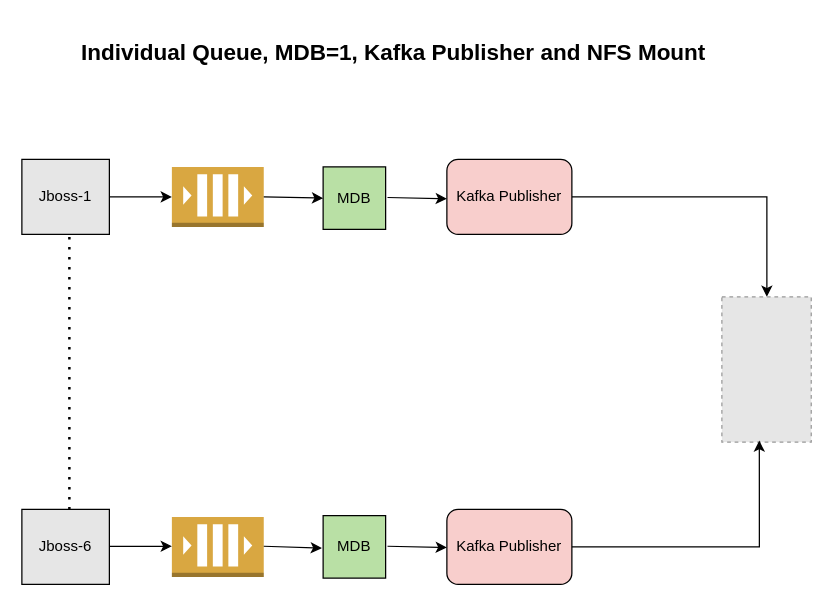
Earlier version of the draw.io diagram page "Individual Local Queue" (1 of 4) of Untitled Diagram.drawio (tsahaca/Project5). Source tidied: cells renumbered, new cells numbered last; positions are measured from the earlier drawing's top-left corner, leaving out a move shared by most shapes. Both pictures are drawn from the tidied source at 125%, with x=0, y=0 at pixel (21, 21). Pictures stored in the file or linked from it are replaced by grey dashed boxes.
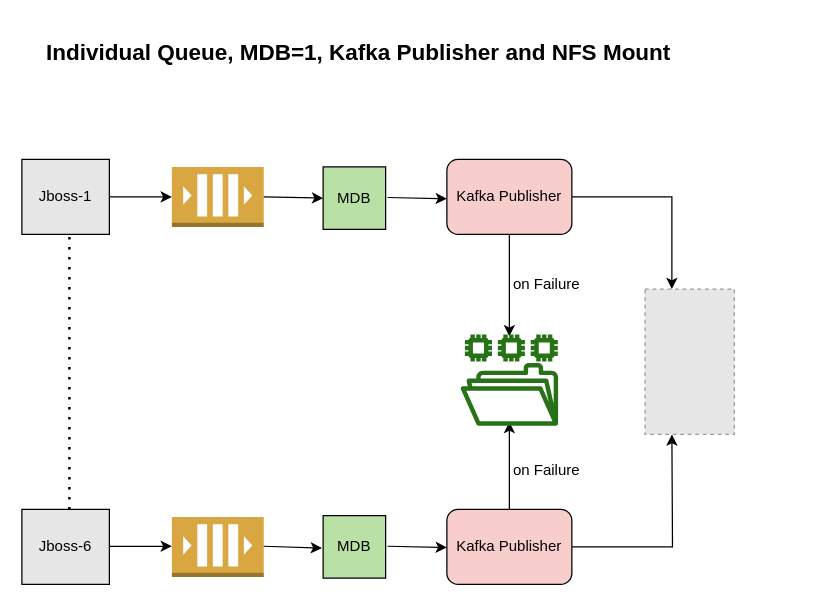
The same page after the edit.

Unchanged cells that the change refers to:
```xml
<mxCell id="14" value="Kafka Publisher" style="rounded=1;whiteSpace=wrap;html=1;fillColor=#F8CECC;" parent="1" vertex="1">
  <mxGeometry x="340" y="110" width="100" height="60" as="geometry" />
</mxCell>
<mxCell id="15" value="Kafka Publisher" style="rounded=1;whiteSpace=wrap;html=1;fillColor=#F8CECC;" parent="1" vertex="1">
  <mxGeometry x="340" y="390" width="100" height="60" as="geometry" />
</mxCell>
```

The edit, as a diff of the source:
```diff
@@
     <mxCell id="13" style="edgeStyle=orthogonalEdgeStyle;rounded=0;jettySize=auto;html=1;exitX=1;exitY=0.5;exitDx=0;exitDy=0;" parent="1" edge="1" source="14" target="18">
       <mxGeometry relative="1" as="geometry">
         <Array as="points">
-          <mxPoint x="596" y="140" />
+          <mxPoint x="520" y="140" />
         </Array>
       </mxGeometry>
     </mxCell>
@@
+    <mxCell id="21" style="edgeStyle=orthogonalEdgeStyle;rounded=0;jettySize=auto;html=1;exitX=1;exitY=0.5;exitDx=0;exitDy=0;fontSize=12;" parent="1" edge="1" source="15">
+      <mxGeometry relative="1" as="geometry">
+        <mxPoint x="520" y="330" as="targetPoint" />
+      </mxGeometry>
+    </mxCell>
@@
     <mxCell id="18" style="fillColor=#E6E6E6;strokeColor=#999999;dashed=1;verticalLabelPosition=bottom;verticalAlign=top;" parent="1" vertex="1">
-      <mxGeometry x="560" y="220" width="71.5" height="116.2" as="geometry" />
+      <mxGeometry x="498.5" y="213.8" width="71.5" height="116.2" as="geometry" />
     </mxCell>
-    <mxCell id="19" style="edgeStyle=orthogonalEdgeStyle;rounded=0;jettySize=auto;html=1;exitX=1;exitY=0.5;exitDx=0;exitDy=0;entryX=0.419;entryY=0.989;entryDx=0;entryDy=0;entryPerimeter=0;" parent="1" edge="1" source="15" target="18">
-      <mxGeometry relative="1" as="geometry">
-        <Array as="points">
-          <mxPoint x="590" y="420" />
-        </Array>
-      </mxGeometry>
-    </mxCell>
     <mxCell id="20" value="Individual Queue, MDB=1, Kafka Publisher and NFS Mount&amp;nbsp;" style="text;html=1;strokeColor=none;fillColor=none;align=center;verticalAlign=middle;whiteSpace=wrap;rounded=0;fontStyle=1;fontSize=18;" parent="1" vertex="1">
-      <mxGeometry x="30" width="540" height="50" as="geometry" />
+      <mxGeometry x="14" width="516" height="50" as="geometry" />
     </mxCell>
+    <mxCell id="22" style="endArrow=classic;html=1;exitX=0.5;exitY=1;exitDx=0;exitDy=0;" parent="1" edge="1" source="14">
+      <mxGeometry relative="1" as="geometry">
+        <mxPoint x="390" y="251.6" as="targetPoint" />
+      </mxGeometry>
+    </mxCell>
+    <mxCell id="23" style="endArrow=classic;html=1;exitX=0.5;exitY=0;exitDx=0;exitDy=0;" parent="1" edge="1" source="15">
+      <mxGeometry relative="1" as="geometry">
+        <mxPoint x="390" y="320" as="targetPoint" />
+      </mxGeometry>
+    </mxCell>
+    <mxCell id="24" value="on Failure" style="text;html=1;strokeColor=none;fillColor=none;align=center;verticalAlign=middle;whiteSpace=wrap;rounded=0;fontSize=12;" parent="1" vertex="1">
+      <mxGeometry x="390" y="200" width="60" height="20" as="geometry" />
+    </mxCell>
+    <mxCell id="25" value="on Failure" style="text;html=1;strokeColor=none;fillColor=none;align=center;verticalAlign=middle;whiteSpace=wrap;rounded=0;fontSize=12;" parent="1" vertex="1">
+      <mxGeometry x="390" y="350" width="60" height="17" as="geometry" />
+    </mxCell>
+    <mxCell id="26" style="fontColor=#232F3E;gradientColor=none;fillColor=#277116;strokeColor=none;dashed=0;verticalLabelPosition=bottom;verticalAlign=top;align=center;html=1;fontSize=12;fontStyle=0;shape=mxgraph.aws4.file_system;" parent="1" vertex="1">
+      <mxGeometry x="351" y="250" width="78" height="73" as="geometry" />
+    </mxCell>
```
